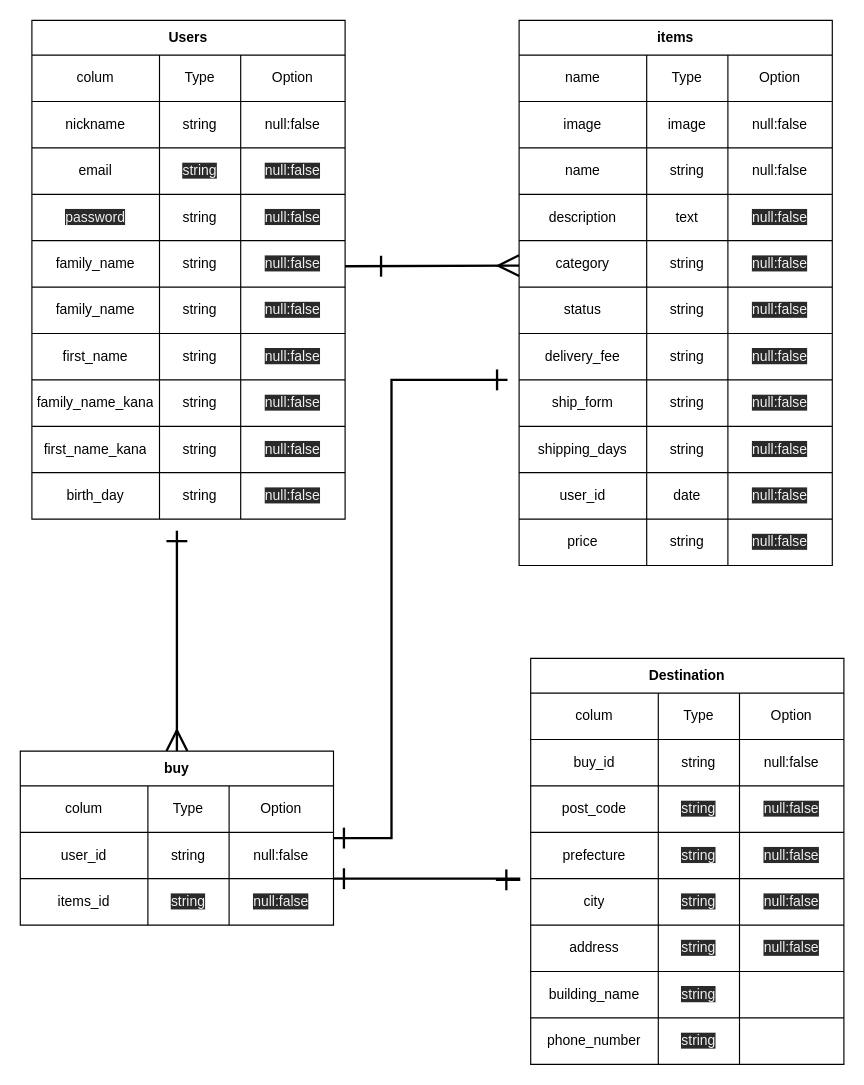
This is app/views/furima.dio from ko614/furima-32485, a draw.io file, before an edit. Source tidied: cells renumbered, new cells numbered last; positions are measured from the earlier drawing's top-left corner, leaving out a move shared by most shapes. Both pictures are drawn from the tidied source at 116%, with x=0, y=0 at pixel (20, 20).
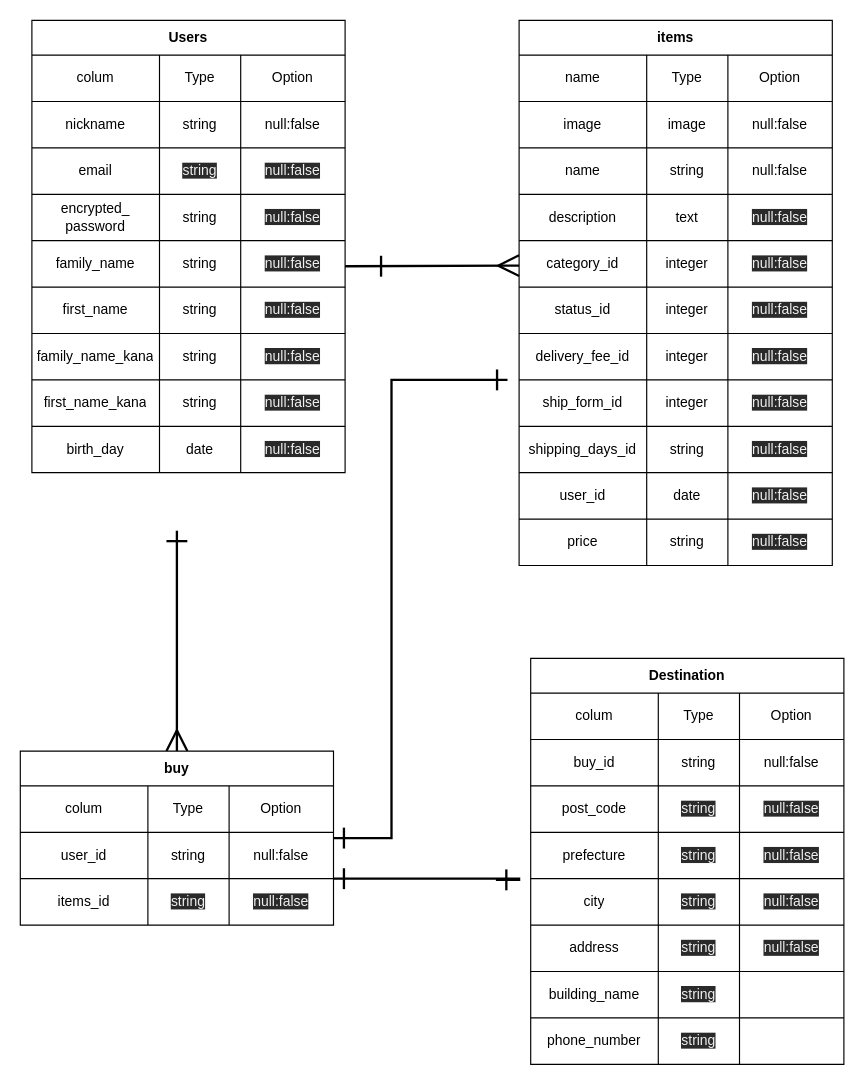
Above is the later version.

Unchanged cells that the change refers to:
```xml
<mxCell id="16" style="shape=partialRectangle;html=1;whiteSpace=wrap;fillColor=none;top=0;left=0;bottom=0;right=0;" parent="3" vertex="1">
  <mxGeometry y="150" width="270" height="40" as="geometry" />
</mxCell>
<mxCell id="61" style="shape=partialRectangle;html=1;whiteSpace=wrap;fillColor=none;top=0;left=0;bottom=0;right=0;" parent="44" vertex="1">
  <mxGeometry y="190" width="270" height="40" as="geometry" />
</mxCell>
<mxCell id="65" style="shape=partialRectangle;html=1;whiteSpace=wrap;fillColor=none;top=0;left=0;bottom=0;right=0;" parent="44" vertex="1">
  <mxGeometry y="230" width="270" height="40" as="geometry" />
</mxCell>
<mxCell id="69" style="shape=partialRectangle;html=1;whiteSpace=wrap;fillColor=none;top=0;left=0;bottom=0;right=0;" parent="44" vertex="1">
  <mxGeometry y="270" width="270" height="40" as="geometry" />
</mxCell>
<mxCell id="73" style="shape=partialRectangle;html=1;whiteSpace=wrap;fillColor=none;top=0;left=0;bottom=0;right=0;" parent="44" vertex="1">
  <mxGeometry y="310" width="270" height="40" as="geometry" />
</mxCell>
<mxCell id="77" style="shape=partialRectangle;html=1;whiteSpace=wrap;fillColor=none;top=0;left=0;bottom=0;right=0;" parent="44" vertex="1">
  <mxGeometry y="350" width="270" height="40" as="geometry" />
</mxCell>
```

Diff of the diagram source:
```diff
@@
     <mxCell id="3" value="Users" style="shape=table;html=1;whiteSpace=wrap;startSize=30;childLayout=tableLayout;fontStyle=1;align=center;" parent="1" vertex="1">
-      <mxGeometry x="10" width="270" height="430" as="geometry" />
+      <mxGeometry x="10" width="270" height="390" as="geometry" />
     </mxCell>
@@
-    <mxCell id="17" value="&lt;span style=&quot;color: rgb(240, 240, 240); font-family: helvetica; font-size: 12px; font-style: normal; font-weight: 400; letter-spacing: normal; text-align: left; text-indent: 0px; text-transform: none; word-spacing: 0px; background-color: rgb(42, 42, 42); display: inline; float: none;&quot;&gt;password&lt;/span&gt;" style="shape=partialRectangle;html=1;whiteSpace=wrap;fillColor=none;top=0;left=0;bottom=0;right=0;overflow=hidden;" parent="16" vertex="1">
+    <mxCell id="17" value="encrypted_&lt;br&gt;password" style="shape=partialRectangle;html=1;whiteSpace=wrap;fillColor=none;top=0;left=0;bottom=0;right=0;overflow=hidden;" parent="16" vertex="1">
       <mxGeometry width="110" height="40" as="geometry" />
     </mxCell>
@@
-    <mxCell id="24" style="shape=partialRectangle;html=1;whiteSpace=wrap;fillColor=none;top=0;left=0;bottom=0;right=0;" parent="3" vertex="1">
-      <mxGeometry y="230" width="270" height="40" as="geometry" />
-    </mxCell>
-    <mxCell id="25" value="&lt;span style=&quot;text-align: left&quot;&gt;family_name&lt;/span&gt;" style="shape=partialRectangle;html=1;whiteSpace=wrap;fillColor=none;top=0;left=0;bottom=0;right=0;overflow=hidden;" parent="24" vertex="1">
-      <mxGeometry width="110" height="40" as="geometry" />
-    </mxCell>
-    <mxCell id="26" value="&lt;span style=&quot;font-family: &amp;#34;helvetica&amp;#34;&quot;&gt;string&lt;/span&gt;" style="shape=partialRectangle;html=1;whiteSpace=wrap;fillColor=none;top=0;left=0;bottom=0;right=0;overflow=hidden;" parent="24" vertex="1">
-      <mxGeometry x="110" width="70" height="40" as="geometry" />
-    </mxCell>
-    <mxCell id="27" value="&lt;span style=&quot;color: rgb(240, 240, 240); font-family: helvetica; font-size: 12px; font-style: normal; font-weight: 400; letter-spacing: normal; text-align: center; text-indent: 0px; text-transform: none; word-spacing: 0px; background-color: rgb(42, 42, 42); display: inline; float: none;&quot;&gt;null:false&lt;/span&gt;" style="shape=partialRectangle;html=1;whiteSpace=wrap;fillColor=none;top=0;left=0;bottom=0;right=0;overflow=hidden;" parent="24" vertex="1">
-      <mxGeometry x="180" width="90" height="40" as="geometry" />
-    </mxCell>
     <mxCell id="28" style="shape=partialRectangle;html=1;whiteSpace=wrap;fillColor=none;top=0;left=0;bottom=0;right=0;" parent="3" vertex="1">
-      <mxGeometry y="270" width="270" height="40" as="geometry" />
+      <mxGeometry y="230" width="270" height="40" as="geometry" />
     </mxCell>
@@
     <mxCell id="32" style="shape=partialRectangle;html=1;whiteSpace=wrap;fillColor=none;top=0;left=0;bottom=0;right=0;" parent="3" vertex="1">
-      <mxGeometry y="310" width="270" height="40" as="geometry" />
+      <mxGeometry y="270" width="270" height="40" as="geometry" />
     </mxCell>
@@
     <mxCell id="36" style="shape=partialRectangle;html=1;whiteSpace=wrap;fillColor=none;top=0;left=0;bottom=0;right=0;" parent="3" vertex="1">
-      <mxGeometry y="350" width="270" height="40" as="geometry" />
+      <mxGeometry y="310" width="270" height="40" as="geometry" />
     </mxCell>
@@
     <mxCell id="40" style="shape=partialRectangle;html=1;whiteSpace=wrap;fillColor=none;top=0;left=0;bottom=0;right=0;" parent="3" vertex="1">
-      <mxGeometry y="390" width="270" height="40" as="geometry" />
+      <mxGeometry y="350" width="270" height="40" as="geometry" />
     </mxCell>
@@
-    <mxCell id="42" value="&lt;span style=&quot;font-family: &amp;#34;helvetica&amp;#34;&quot;&gt;string&lt;/span&gt;" style="shape=partialRectangle;html=1;whiteSpace=wrap;fillColor=none;top=0;left=0;bottom=0;right=0;overflow=hidden;" parent="40" vertex="1">
+    <mxCell id="42" value="date" style="shape=partialRectangle;html=1;whiteSpace=wrap;fillColor=none;top=0;left=0;bottom=0;right=0;overflow=hidden;" parent="40" vertex="1">
       <mxGeometry x="110" width="70" height="40" as="geometry" />
     </mxCell>
@@
-    <mxCell id="62" value="category" style="shape=partialRectangle;html=1;whiteSpace=wrap;fillColor=none;top=0;left=0;bottom=0;right=0;overflow=hidden;" parent="61" vertex="1">
+    <mxCell id="62" value="category_id" style="shape=partialRectangle;html=1;whiteSpace=wrap;fillColor=none;top=0;left=0;bottom=0;right=0;overflow=hidden;" parent="61" vertex="1">
       <mxGeometry width="110" height="40" as="geometry" />
     </mxCell>
-    <mxCell id="63" value="&lt;span style=&quot;font-family: &amp;#34;helvetica&amp;#34;&quot;&gt;string&lt;/span&gt;" style="shape=partialRectangle;html=1;whiteSpace=wrap;fillColor=none;top=0;left=0;bottom=0;right=0;overflow=hidden;" parent="61" vertex="1">
+    <mxCell id="63" value="&lt;font face=&quot;helvetica&quot;&gt;integer&lt;/font&gt;" style="shape=partialRectangle;html=1;whiteSpace=wrap;fillColor=none;top=0;left=0;bottom=0;right=0;overflow=hidden;" parent="61" vertex="1">
       <mxGeometry x="110" width="70" height="40" as="geometry" />
     </mxCell>
@@
-    <mxCell id="66" value="&lt;div style=&quot;text-align: left&quot;&gt;&lt;span&gt;status&lt;/span&gt;&lt;/div&gt;" style="shape=partialRectangle;html=1;whiteSpace=wrap;fillColor=none;top=0;left=0;bottom=0;right=0;overflow=hidden;" parent="65" vertex="1">
+    <mxCell id="66" value="&lt;div style=&quot;text-align: left&quot;&gt;&lt;span&gt;status_id&lt;/span&gt;&lt;/div&gt;" style="shape=partialRectangle;html=1;whiteSpace=wrap;fillColor=none;top=0;left=0;bottom=0;right=0;overflow=hidden;" parent="65" vertex="1">
       <mxGeometry width="110" height="40" as="geometry" />
     </mxCell>
-    <mxCell id="67" value="&lt;span style=&quot;font-family: &amp;#34;helvetica&amp;#34;&quot;&gt;string&lt;/span&gt;" style="shape=partialRectangle;html=1;whiteSpace=wrap;fillColor=none;top=0;left=0;bottom=0;right=0;overflow=hidden;" parent="65" vertex="1">
+    <mxCell id="67" value="&lt;span style=&quot;font-family: &amp;#34;helvetica&amp;#34;&quot;&gt;integer&lt;/span&gt;" style="shape=partialRectangle;html=1;whiteSpace=wrap;fillColor=none;top=0;left=0;bottom=0;right=0;overflow=hidden;" parent="65" vertex="1">
       <mxGeometry x="110" width="70" height="40" as="geometry" />
     </mxCell>
@@
-    <mxCell id="70" value="&lt;div style=&quot;text-align: left&quot;&gt;delivery_fee&lt;/div&gt;" style="shape=partialRectangle;html=1;whiteSpace=wrap;fillColor=none;top=0;left=0;bottom=0;right=0;overflow=hidden;" parent="69" vertex="1">
+    <mxCell id="70" value="&lt;div style=&quot;text-align: left&quot;&gt;delivery_fee_id&lt;/div&gt;" style="shape=partialRectangle;html=1;whiteSpace=wrap;fillColor=none;top=0;left=0;bottom=0;right=0;overflow=hidden;" parent="69" vertex="1">
       <mxGeometry width="110" height="40" as="geometry" />
     </mxCell>
-    <mxCell id="71" value="&lt;span style=&quot;font-family: &amp;#34;helvetica&amp;#34;&quot;&gt;string&lt;/span&gt;" style="shape=partialRectangle;html=1;whiteSpace=wrap;fillColor=none;top=0;left=0;bottom=0;right=0;overflow=hidden;" parent="69" vertex="1">
+    <mxCell id="71" value="&lt;span style=&quot;font-family: &amp;#34;helvetica&amp;#34;&quot;&gt;integer&lt;/span&gt;" style="shape=partialRectangle;html=1;whiteSpace=wrap;fillColor=none;top=0;left=0;bottom=0;right=0;overflow=hidden;" parent="69" vertex="1">
       <mxGeometry x="110" width="70" height="40" as="geometry" />
     </mxCell>
@@
-    <mxCell id="74" value="&lt;div style=&quot;text-align: left&quot;&gt;&lt;span&gt;ship_form&lt;/span&gt;&lt;/div&gt;" style="shape=partialRectangle;html=1;whiteSpace=wrap;fillColor=none;top=0;left=0;bottom=0;right=0;overflow=hidden;" parent="73" vertex="1">
+    <mxCell id="74" value="&lt;div style=&quot;text-align: left&quot;&gt;&lt;span&gt;ship_form_id&lt;/span&gt;&lt;/div&gt;" style="shape=partialRectangle;html=1;whiteSpace=wrap;fillColor=none;top=0;left=0;bottom=0;right=0;overflow=hidden;" parent="73" vertex="1">
       <mxGeometry width="110" height="40" as="geometry" />
     </mxCell>
-    <mxCell id="75" value="&lt;span style=&quot;font-family: &amp;#34;helvetica&amp;#34;&quot;&gt;string&lt;/span&gt;" style="shape=partialRectangle;html=1;whiteSpace=wrap;fillColor=none;top=0;left=0;bottom=0;right=0;overflow=hidden;" parent="73" vertex="1">
+    <mxCell id="75" value="&lt;span style=&quot;font-family: &amp;#34;helvetica&amp;#34;&quot;&gt;integer&lt;/span&gt;" style="shape=partialRectangle;html=1;whiteSpace=wrap;fillColor=none;top=0;left=0;bottom=0;right=0;overflow=hidden;" parent="73" vertex="1">
       <mxGeometry x="110" width="70" height="40" as="geometry" />
     </mxCell>
@@
-    <mxCell id="78" value="&lt;div style=&quot;text-align: left&quot;&gt;shipping_days&lt;/div&gt;" style="shape=partialRectangle;html=1;whiteSpace=wrap;fillColor=none;top=0;left=0;bottom=0;right=0;overflow=hidden;" parent="77" vertex="1">
+    <mxCell id="78" value="&lt;div style=&quot;text-align: left&quot;&gt;shipping_days_id&lt;/div&gt;" style="shape=partialRectangle;html=1;whiteSpace=wrap;fillColor=none;top=0;left=0;bottom=0;right=0;overflow=hidden;" parent="77" vertex="1">
       <mxGeometry width="110" height="40" as="geometry" />
     </mxCell>
```
